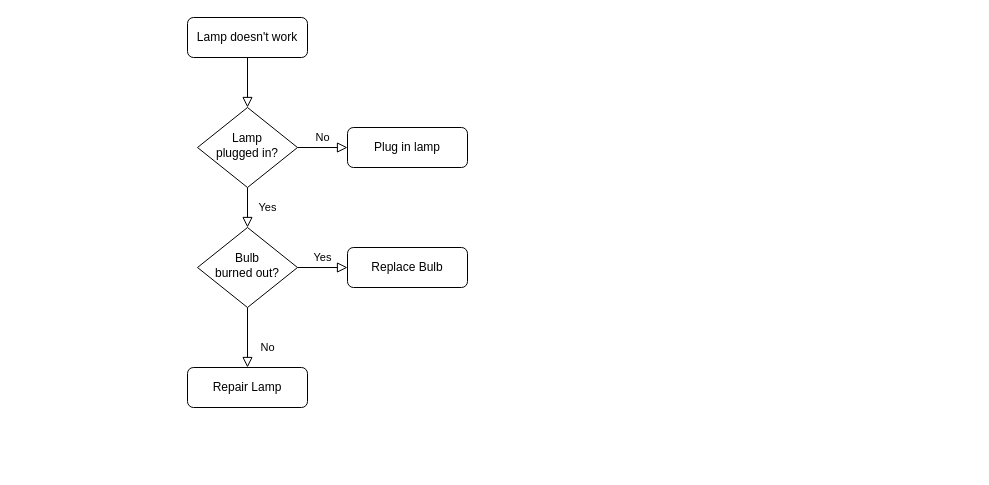
This is Диаграмма без названия.drawio from anandagiriwork/draw, a draw.io file, before an edit. Source tidied: cells renumbered, new cells numbered last; positions are measured from the earlier drawing's top-left corner, leaving out a move shared by most shapes. Both pictures are drawn from the tidied source at 100%, with x=0, y=0 at pixel (187, 17).
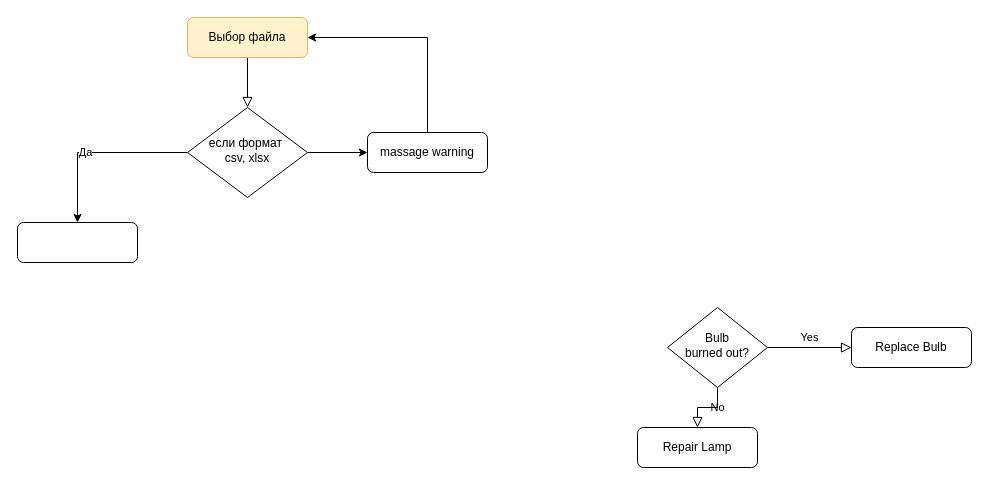
Above is the later version.

Change to the diagram source:
```diff
@@
 <mxGraphModel>
   <root>
     <mxCell id="0" />
     <mxCell id="1" parent="0" />
     <mxCell id="2" style="rounded=0;html=1;jettySize=auto;fontSize=11;endArrow=block;endFill=0;endSize=8;strokeWidth=1;shadow=0;labelBackgroundColor=none;edgeStyle=orthogonalEdgeStyle;" parent="1" edge="1" source="3" target="6">
       <mxGeometry relative="1" as="geometry" />
     </mxCell>
-    <mxCell id="3" value="Lamp doesn't work" style="rounded=1;whiteSpace=wrap;html=1;fontSize=12;glass=0;strokeWidth=1;shadow=0;" parent="1" vertex="1">
+    <mxCell id="3" value="Выбор файла" style="rounded=1;whiteSpace=wrap;html=1;fontSize=12;glass=0;strokeWidth=1;shadow=0;fillColor=#fff2cc;strokeColor=#d6b656;" parent="1" vertex="1">
       <mxGeometry width="120" height="40" as="geometry" />
     </mxCell>
-    <mxCell id="4" value="Yes" style="rounded=0;html=1;jettySize=auto;fontSize=11;endArrow=block;endFill=0;endSize=8;strokeWidth=1;shadow=0;labelBackgroundColor=none;edgeStyle=orthogonalEdgeStyle;" parent="1" edge="1" source="6" target="10">
-      <mxGeometry y="20" relative="1" as="geometry" />
-    </mxCell>
-    <mxCell id="5" value="No" style="edgeStyle=orthogonalEdgeStyle;rounded=0;html=1;jettySize=auto;fontSize=11;endArrow=block;endFill=0;endSize=8;strokeWidth=1;shadow=0;labelBackgroundColor=none;" parent="1" edge="1" source="6" target="7">
-      <mxGeometry y="10" relative="1" as="geometry" />
-    </mxCell>
+    <mxCell id="13" style="edgeStyle=orthogonalEdgeStyle;rounded=0;jettySize=auto;html=1;entryX=0.5;entryY=0;entryDx=0;entryDy=0;" parent="1" edge="1" source="6" target="16">
+      <mxGeometry relative="1" as="geometry" />
+    </mxCell>
+    <mxCell id="14" value="Да" style="edgeLabel;html=1;align=center;verticalAlign=middle;" parent="13" vertex="1">
+      <mxGeometry x="0.14" y="-1" relative="1" as="geometry" />
+    </mxCell>
+    <mxCell id="15" style="edgeStyle=orthogonalEdgeStyle;rounded=0;jettySize=auto;html=1;entryX=0;entryY=0.5;entryDx=0;entryDy=0;" parent="1" edge="1" source="6" target="18">
+      <mxGeometry relative="1" as="geometry" />
+    </mxCell>
-    <mxCell id="6" value="Lamp&lt;br&gt;plugged in?" style="rhombus;whiteSpace=wrap;html=1;shadow=0;fontFamily=Helvetica;fontSize=12;align=center;strokeWidth=1;spacing=6;spacingTop=-4;" parent="1" vertex="1">
-      <mxGeometry x="10" y="90" width="100" height="80" as="geometry" />
+    <mxCell id="6" value="если формат&amp;nbsp;&lt;br&gt;csv, xlsx" style="rhombus;whiteSpace=wrap;html=1;shadow=0;fontFamily=Helvetica;fontSize=12;align=center;strokeWidth=1;spacing=6;spacingTop=-4;" parent="1" vertex="1">
+      <mxGeometry y="90" width="120" height="90" as="geometry" />
     </mxCell>
-    <mxCell id="7" value="Plug in lamp" style="rounded=1;whiteSpace=wrap;html=1;fontSize=12;glass=0;strokeWidth=1;shadow=0;" parent="1" vertex="1">
-      <mxGeometry x="160" y="110" width="120" height="40" as="geometry" />
-    </mxCell>
     <mxCell id="8" value="No" style="rounded=0;html=1;jettySize=auto;fontSize=11;endArrow=block;endFill=0;endSize=8;strokeWidth=1;shadow=0;labelBackgroundColor=none;edgeStyle=orthogonalEdgeStyle;" parent="1" edge="1" source="10" target="11">
       <mxGeometry x="0.33" y="20" relative="1" as="geometry" />
     </mxCell>
     <mxCell id="9" value="Yes" style="edgeStyle=orthogonalEdgeStyle;rounded=0;html=1;jettySize=auto;fontSize=11;endArrow=block;endFill=0;endSize=8;strokeWidth=1;shadow=0;labelBackgroundColor=none;" parent="1" edge="1" source="10" target="12">
       <mxGeometry y="10" relative="1" as="geometry" />
     </mxCell>
     <mxCell id="10" value="Bulb&lt;br&gt;burned out?" style="rhombus;whiteSpace=wrap;html=1;shadow=0;fontFamily=Helvetica;fontSize=12;align=center;strokeWidth=1;spacing=6;spacingTop=-4;" parent="1" vertex="1">
-      <mxGeometry x="10" y="210" width="100" height="80" as="geometry" />
+      <mxGeometry x="480" y="290" width="100" height="80" as="geometry" />
     </mxCell>
     <mxCell id="11" value="Repair Lamp" style="rounded=1;whiteSpace=wrap;html=1;fontSize=12;glass=0;strokeWidth=1;shadow=0;" parent="1" vertex="1">
-      <mxGeometry y="350" width="120" height="40" as="geometry" />
+      <mxGeometry x="450" y="410" width="120" height="40" as="geometry" />
     </mxCell>
     <mxCell id="12" value="Replace Bulb" style="rounded=1;whiteSpace=wrap;html=1;fontSize=12;glass=0;strokeWidth=1;shadow=0;" parent="1" vertex="1">
-      <mxGeometry x="160" y="230" width="120" height="40" as="geometry" />
+      <mxGeometry x="664" y="310" width="120" height="40" as="geometry" />
     </mxCell>
+    <mxCell id="16" style="rounded=1;whiteSpace=wrap;html=1;fontSize=12;glass=0;strokeWidth=1;shadow=0;" parent="1" vertex="1">
+      <mxGeometry x="-170" y="205" width="120" height="40" as="geometry" />
+    </mxCell>
+    <mxCell id="17" style="edgeStyle=orthogonalEdgeStyle;rounded=0;jettySize=auto;html=1;entryX=1;entryY=0.5;entryDx=0;entryDy=0;" parent="1" edge="1" source="18" target="3">
+      <mxGeometry relative="1" as="geometry">
+        <Array as="points">
+          <mxPoint x="240" y="20" />
+        </Array>
+      </mxGeometry>
+    </mxCell>
+    <mxCell id="18" value="massage warning" style="rounded=1;whiteSpace=wrap;html=1;fontSize=12;glass=0;strokeWidth=1;shadow=0;" parent="1" vertex="1">
+      <mxGeometry x="180" y="115" width="120" height="40" as="geometry" />
+    </mxCell>
   </root>
 </mxGraphModel>
```
